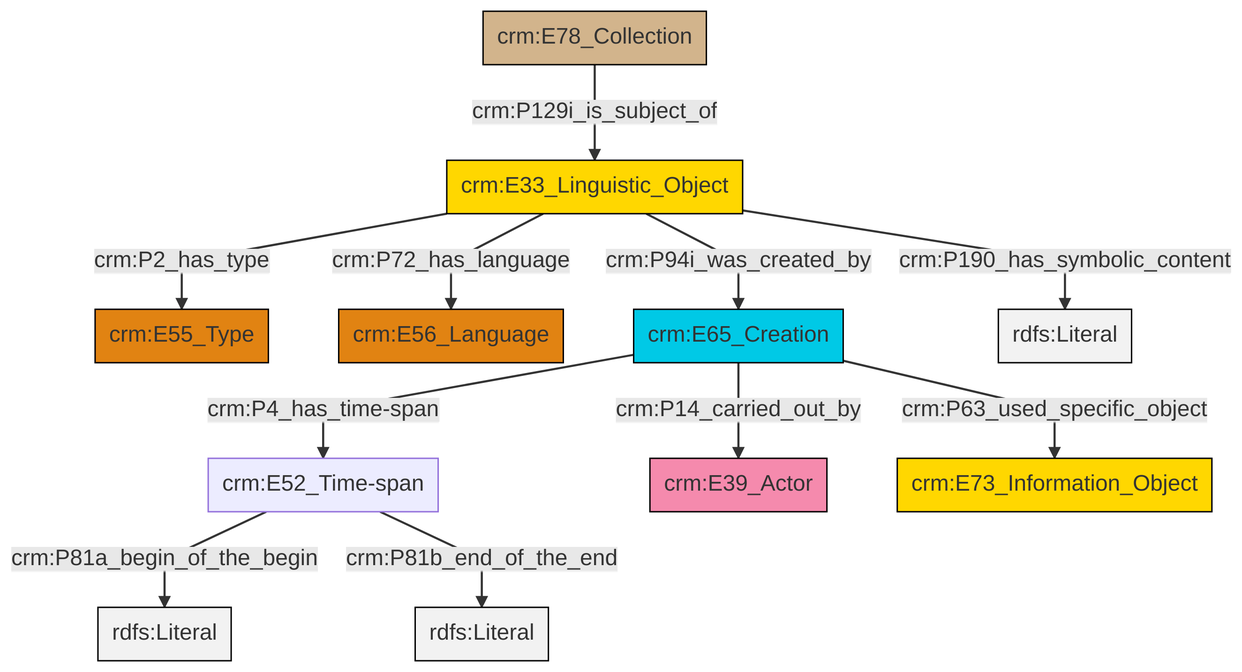
The Mermaid diagram et/archivalCSV/ttl/mmd/png/archival_desc.png in swiss-art-research-net/docs.swissartresearch, before a commit. Its source is kept beside it as et/archivalCSV/ttl/mmd/archival_desc.ttl.mmd.
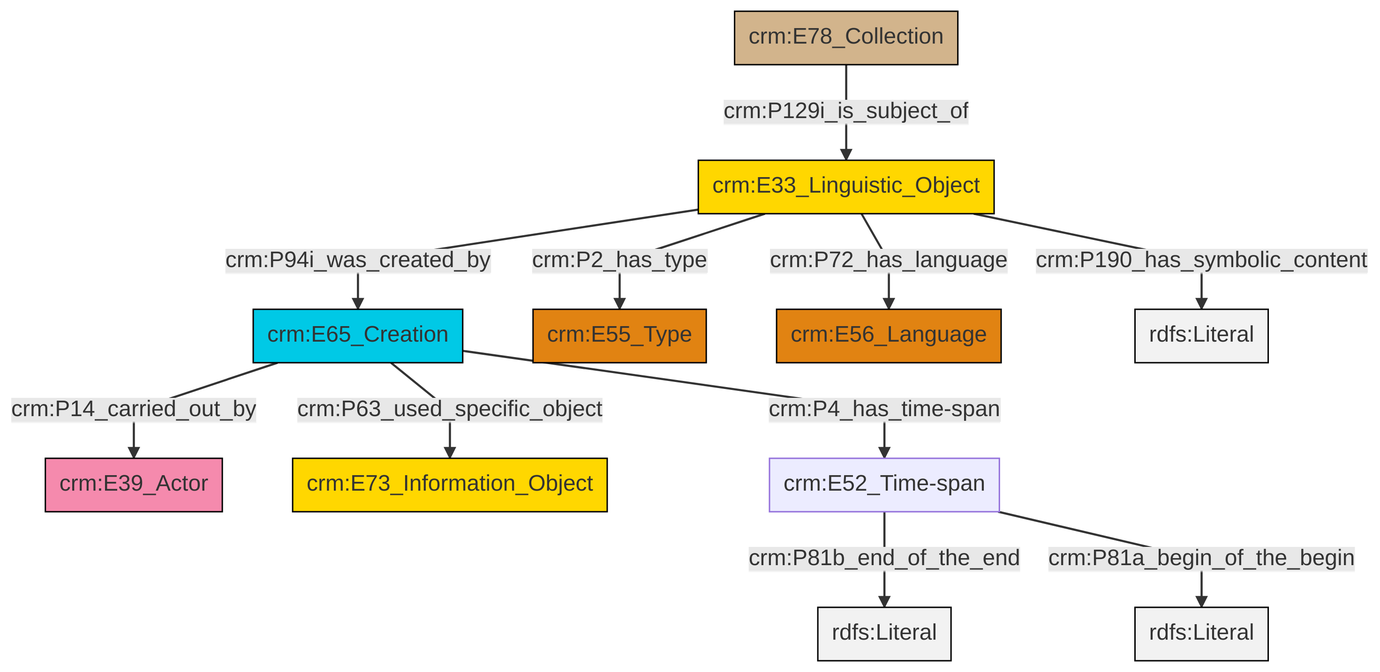
The same diagram one commit later.

What changed in the source:
```diff
@@ -13,13 +13,13 @@
 classDef PC_Classes fill:#4ce600, stroke:#000000;
 classDef Multi fill:#cccccc,stroke:#000000;
 
-4["crm:E33_Linguistic_Object"]:::Conceptual_Object -->|crm:P2_has_type| 0["crm:E55_Type"]:::Type
-5["crm:E65_Creation"]:::Temporal_Entity -->|crm:P4_has_time-span| 6["crm:E52_Time-span"]:::Default
-7["crm:E78_Collection"]:::Physical_Thing -->|crm:P129i_is_subject_of| 4["crm:E33_Linguistic_Object"]:::Conceptual_Object
-4["crm:E33_Linguistic_Object"]:::Conceptual_Object -->|crm:P72_has_language| 2["crm:E56_Language"]:::Type
-6["crm:E52_Time-span"]:::Default -->|crm:P81a_begin_of_the_begin| 8[rdfs:Literal]:::Literal
-5["crm:E65_Creation"]:::Temporal_Entity -->|crm:P14_carried_out_by| 9["crm:E39_Actor"]:::Actor
-4["crm:E33_Linguistic_Object"]:::Conceptual_Object -->|crm:P94i_was_created_by| 5["crm:E65_Creation"]:::Temporal_Entity
+2["crm:E65_Creation"]:::Temporal_Entity -->|crm:P63_used_specific_object| 3["crm:E73_Information_Object"]:::Conceptual_Object
+4["crm:E33_Linguistic_Object"]:::Conceptual_Object -->|crm:P2_has_type| 5["crm:E55_Type"]:::Type
+4["crm:E33_Linguistic_Object"]:::Conceptual_Object -->|crm:P72_has_language| 6["crm:E56_Language"]:::Type
+10["crm:E52_Time-span"]:::Default -->|crm:P81b_end_of_the_end| 11[rdfs:Literal]:::Literal
 4["crm:E33_Linguistic_Object"]:::Conceptual_Object -->|crm:P190_has_symbolic_content| 12[rdfs:Literal]:::Literal
-5["crm:E65_Creation"]:::Temporal_Entity -->|crm:P63_used_specific_object| 16["crm:E73_Information_Object"]:::Conceptual_Object
-6["crm:E52_Time-span"]:::Default -->|crm:P81b_end_of_the_end| 18[rdfs:Literal]:::Literal
+2["crm:E65_Creation"]:::Temporal_Entity -->|crm:P14_carried_out_by| 0["crm:E39_Actor"]:::Actor
+8["crm:E78_Collection"]:::Physical_Thing -->|crm:P129i_is_subject_of| 4["crm:E33_Linguistic_Object"]:::Conceptual_Object
+2["crm:E65_Creation"]:::Temporal_Entity -->|crm:P4_has_time-span| 10["crm:E52_Time-span"]:::Default
+4["crm:E33_Linguistic_Object"]:::Conceptual_Object -->|crm:P94i_was_created_by| 2["crm:E65_Creation"]:::Temporal_Entity
+10["crm:E52_Time-span"]:::Default -->|crm:P81a_begin_of_the_begin| 17[rdfs:Literal]:::Literal
```
